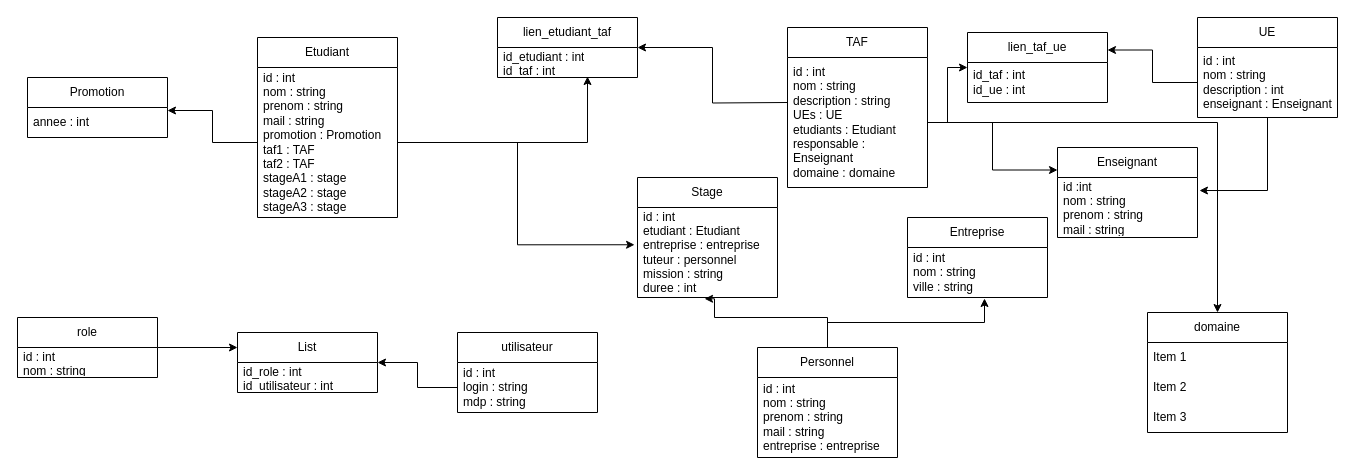
This is Diagramme sans nom.drawio from LaureVig/WebApp, a draw.io file, before an edit. Source tidied: cells renumbered, new cells numbered last; positions are measured from the earlier drawing's top-left corner, leaving out a move shared by most shapes. Both pictures are drawn from the tidied source at 100%, with x=0, y=0 at pixel (17, 17).
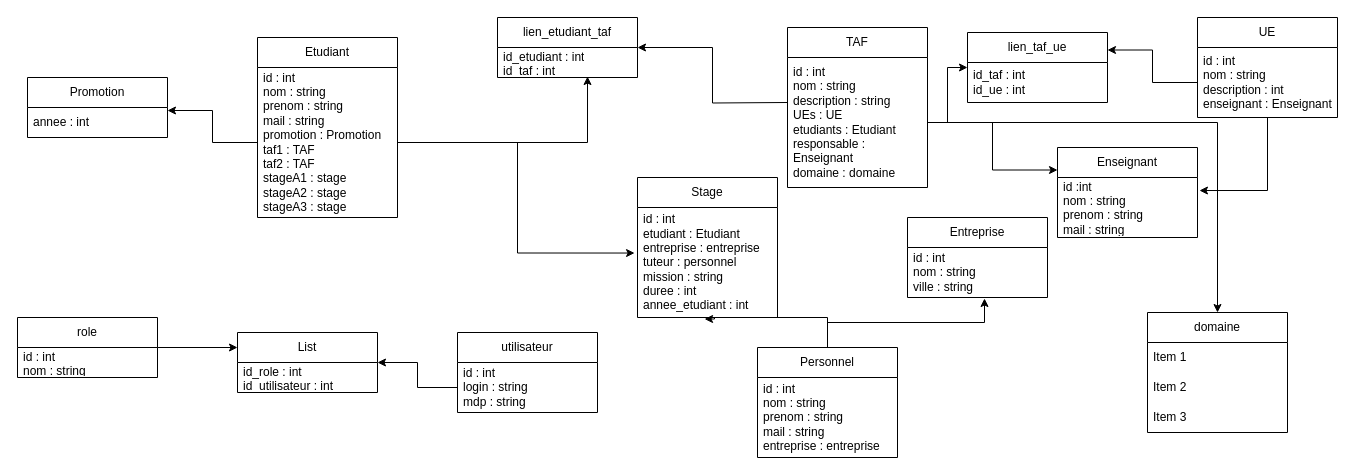
Above is the later version.

Commit message:
push le diagramme de la base de données

What changed in the source:
```diff
@@
     <mxCell id="13" value="Stage" style="swimlane;fontStyle=0;horizontal=1;startSize=30;whiteSpace=wrap;html=1;" parent="1" vertex="1">
-      <mxGeometry x="620" y="160" width="140" height="120" as="geometry" />
+      <mxGeometry x="620" y="160" width="140" height="140" as="geometry" />
     </mxCell>
-    <mxCell id="14" value="id : int&lt;br&gt;etudiant : Etudiant&lt;br&gt;entreprise : entreprise&lt;br&gt;tuteur : personnel&lt;br&gt;mission : string&lt;br&gt;duree : int" style="text;strokeColor=none;fillColor=none;align=left;verticalAlign=middle;spacingLeft=4;spacingRight=4;overflow=hidden;points=[[0,0.5],[1,0.5]];portConstraint=eastwest;whiteSpace=wrap;html=1;" parent="13" vertex="1">
-      <mxGeometry y="30" width="140" height="90" as="geometry" />
+    <mxCell id="14" value="id : int&lt;br&gt;etudiant : Etudiant&lt;br&gt;entreprise : entreprise&lt;br&gt;tuteur : personnel&lt;br&gt;mission : string&lt;br&gt;duree : int&lt;br&gt;annee_etudiant : int" style="text;strokeColor=none;fillColor=none;align=left;verticalAlign=middle;spacingLeft=4;spacingRight=4;overflow=hidden;points=[[0,0.5],[1,0.5]];portConstraint=eastwest;whiteSpace=wrap;html=1;" parent="13" vertex="1">
+      <mxGeometry y="30" width="140" height="110" as="geometry" />
     </mxCell>
```
